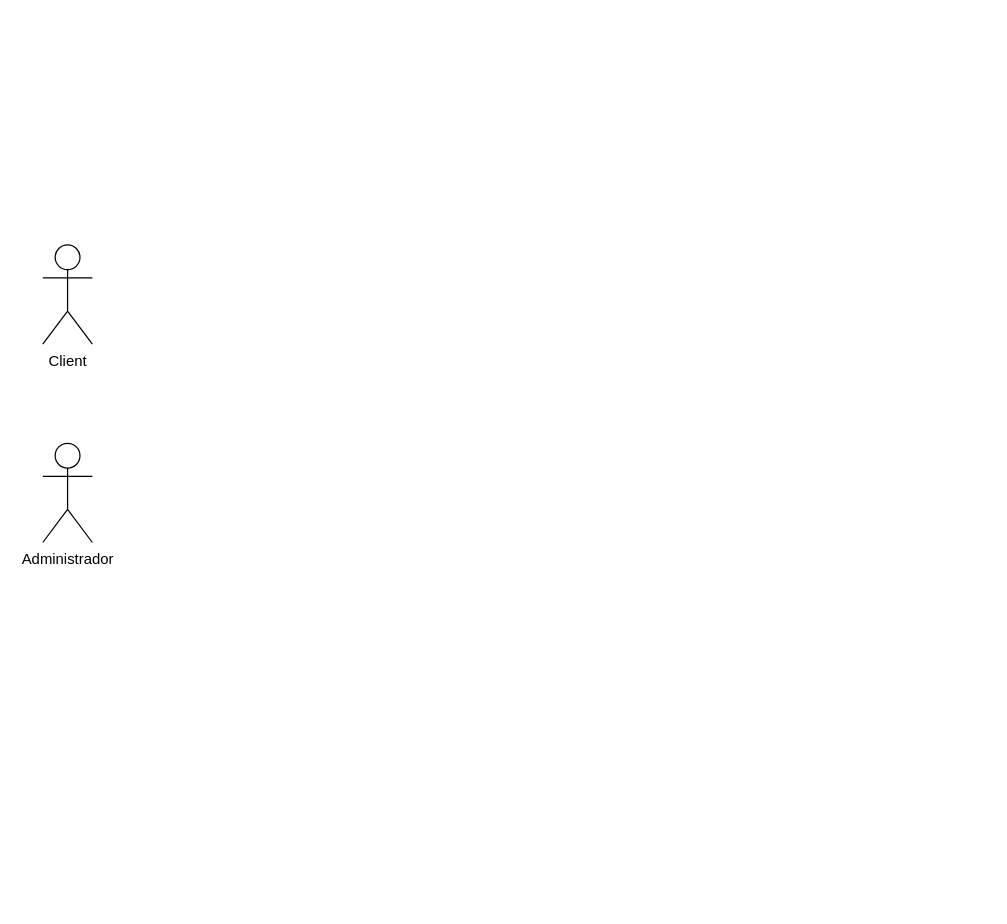
Above: Diagramas/Casos_XaJo.drawio in joam6/Sailing_XaJo (draw.io), before the change. Source tidied: cells renumbered, new cells numbered last; positions are measured from the earlier drawing's top-left corner, leaving out a move shared by most shapes. Both pictures are drawn from the tidied source at 124%, with x=0, y=0 at pixel (42, 244).
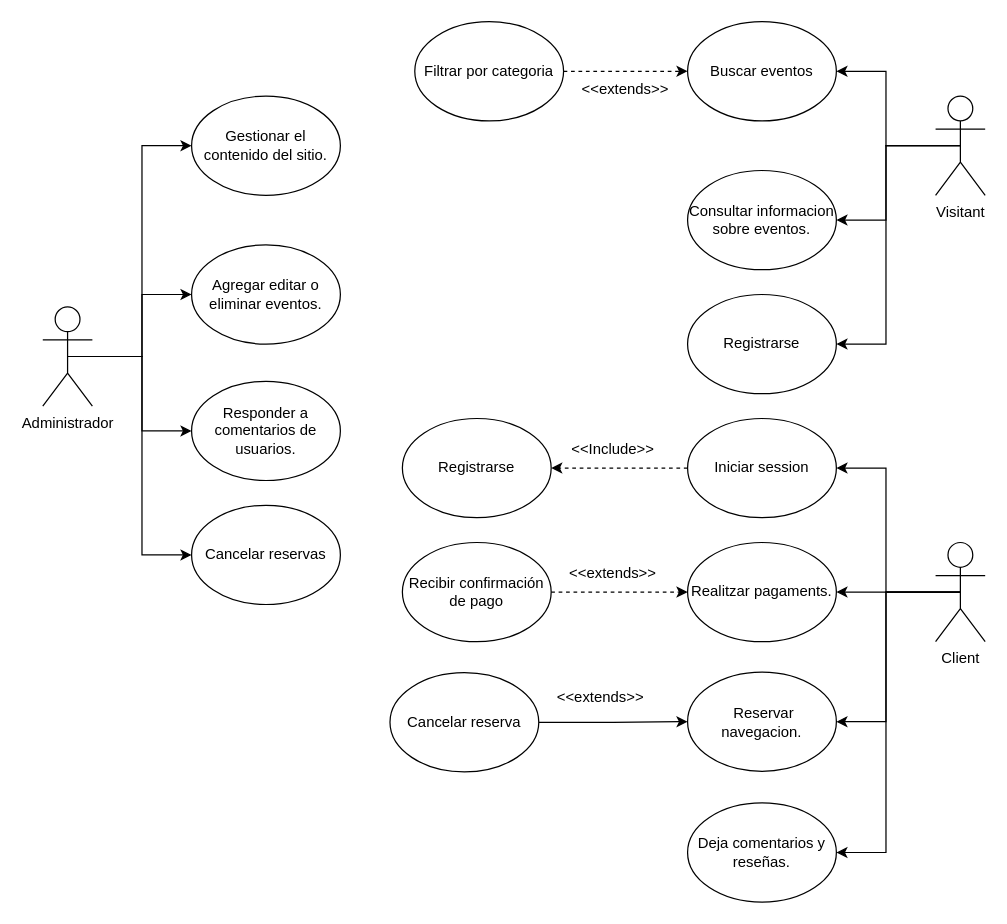
The same diagram, later.

Diff of the diagram source:
```diff
@@
+    <mxCell id="4" style="edgeStyle=orthogonalEdgeStyle;rounded=0;jettySize=auto;html=1;exitX=0.5;exitY=0.5;exitDx=0;exitDy=0;exitPerimeter=0;entryX=0;entryY=0.5;entryDx=0;entryDy=0;" parent="1" edge="1" source="2" target="21">
+      <mxGeometry relative="1" as="geometry" />
+    </mxCell>
+    <mxCell id="5" style="edgeStyle=orthogonalEdgeStyle;rounded=0;jettySize=auto;html=1;exitX=0.5;exitY=0.5;exitDx=0;exitDy=0;exitPerimeter=0;entryX=0;entryY=0.5;entryDx=0;entryDy=0;" parent="1" edge="1" source="2" target="22">
+      <mxGeometry relative="1" as="geometry" />
+    </mxCell>
+    <mxCell id="6" style="edgeStyle=orthogonalEdgeStyle;rounded=0;jettySize=auto;html=1;exitX=0.5;exitY=0.5;exitDx=0;exitDy=0;exitPerimeter=0;entryX=0;entryY=0.5;entryDx=0;entryDy=0;" parent="1" edge="1" source="2" target="23">
+      <mxGeometry relative="1" as="geometry" />
+    </mxCell>
+    <mxCell id="7" style="edgeStyle=orthogonalEdgeStyle;rounded=0;jettySize=auto;html=1;exitX=0.5;exitY=0.5;exitDx=0;exitDy=0;exitPerimeter=0;entryX=0;entryY=0.5;entryDx=0;entryDy=0;" parent="1" edge="1" source="2" target="38">
+      <mxGeometry relative="1" as="geometry" />
+    </mxCell>
     <mxCell id="2" value="Administrador" style="shape=umlActor;verticalLabelPosition=bottom;verticalAlign=top;html=1;outlineConnect=0;" parent="1" vertex="1">
-      <mxGeometry y="160" width="40" height="80" as="geometry" />
+      <mxGeometry y="50" width="40" height="80" as="geometry" />
     </mxCell>
+    <mxCell id="8" style="edgeStyle=orthogonalEdgeStyle;rounded=0;jettySize=auto;html=1;exitX=0.5;exitY=0.5;exitDx=0;exitDy=0;exitPerimeter=0;entryX=1;entryY=0.5;entryDx=0;entryDy=0;" parent="1" edge="1" source="3" target="19">
+      <mxGeometry relative="1" as="geometry" />
+    </mxCell>
+    <mxCell id="9" style="edgeStyle=orthogonalEdgeStyle;rounded=0;jettySize=auto;html=1;exitX=0.5;exitY=0.5;exitDx=0;exitDy=0;exitPerimeter=0;entryX=1;entryY=0.5;entryDx=0;entryDy=0;" parent="1" edge="1" source="3" target="20">
+      <mxGeometry relative="1" as="geometry" />
+    </mxCell>
+    <mxCell id="10" style="edgeStyle=orthogonalEdgeStyle;rounded=0;jettySize=auto;html=1;exitX=0.5;exitY=0.5;exitDx=0;exitDy=0;exitPerimeter=0;entryX=1;entryY=0.5;entryDx=0;entryDy=0;" parent="1" edge="1" source="3" target="28">
+      <mxGeometry relative="1" as="geometry" />
+    </mxCell>
+    <mxCell id="11" style="edgeStyle=orthogonalEdgeStyle;rounded=0;jettySize=auto;html=1;exitX=0.5;exitY=0.5;exitDx=0;exitDy=0;exitPerimeter=0;entryX=1;entryY=0.5;entryDx=0;entryDy=0;" parent="1" edge="1" source="3" target="34">
+      <mxGeometry relative="1" as="geometry" />
+    </mxCell>
     <mxCell id="3" value="Client" style="shape=umlActor;verticalLabelPosition=bottom;verticalAlign=top;html=1;outlineConnect=0;" parent="1" vertex="1">
-      <mxGeometry width="40" height="80" as="geometry" />
+      <mxGeometry x="720" y="240" width="40" height="80" as="geometry" />
     </mxCell>
+    <mxCell id="12" style="edgeStyle=orthogonalEdgeStyle;rounded=0;jettySize=auto;html=1;exitX=0.5;exitY=0.5;exitDx=0;exitDy=0;exitPerimeter=0;entryX=1;entryY=0.5;entryDx=0;entryDy=0;" parent="1" edge="1" source="15" target="17">
+      <mxGeometry relative="1" as="geometry" />
+    </mxCell>
+    <mxCell id="13" style="edgeStyle=orthogonalEdgeStyle;rounded=0;jettySize=auto;html=1;exitX=0.5;exitY=0.5;exitDx=0;exitDy=0;exitPerimeter=0;entryX=1;entryY=0.5;entryDx=0;entryDy=0;" parent="1" edge="1" source="15" target="16">
+      <mxGeometry relative="1" as="geometry" />
+    </mxCell>
+    <mxCell id="14" style="edgeStyle=orthogonalEdgeStyle;rounded=0;jettySize=auto;html=1;exitX=0.5;exitY=0.5;exitDx=0;exitDy=0;exitPerimeter=0;entryX=1;entryY=0.5;entryDx=0;entryDy=0;" parent="1" edge="1" source="15" target="31">
+      <mxGeometry relative="1" as="geometry" />
+    </mxCell>
+    <mxCell id="15" value="Visitant" style="shape=umlActor;verticalLabelPosition=bottom;verticalAlign=top;html=1;outlineConnect=0;" parent="1" vertex="1">
+      <mxGeometry x="720" y="-120" width="40" height="80" as="geometry" />
+    </mxCell>
+    <mxCell id="16" value="Buscar eventos" style="ellipse;whiteSpace=wrap;html=1;" parent="1" vertex="1">
+      <mxGeometry x="520" y="-180" width="120" height="80" as="geometry" />
+    </mxCell>
+    <mxCell id="17" value="Consultar informacion sobre eventos." style="ellipse;whiteSpace=wrap;html=1;" parent="1" vertex="1">
+      <mxGeometry x="520" y="-60" width="120" height="80" as="geometry" />
+    </mxCell>
+    <mxCell id="18" style="edgeStyle=orthogonalEdgeStyle;rounded=0;jettySize=auto;html=1;exitX=0;exitY=0.5;exitDx=0;exitDy=0;entryX=1;entryY=0.5;entryDx=0;entryDy=0;dashed=1;" parent="1" edge="1" source="19" target="32">
+      <mxGeometry relative="1" as="geometry" />
+    </mxCell>
+    <mxCell id="19" value="Iniciar session" style="ellipse;whiteSpace=wrap;html=1;" parent="1" vertex="1">
+      <mxGeometry x="520" y="140" width="120" height="80" as="geometry" />
+    </mxCell>
+    <mxCell id="20" value="Realitzar pagaments." style="ellipse;whiteSpace=wrap;html=1;" parent="1" vertex="1">
+      <mxGeometry x="520" y="240" width="120" height="80" as="geometry" />
+    </mxCell>
+    <mxCell id="21" value="Gestionar el contenido del sitio." style="ellipse;whiteSpace=wrap;html=1;" parent="1" vertex="1">
+      <mxGeometry x="120" y="-120" width="120" height="80" as="geometry" />
+    </mxCell>
+    <mxCell id="22" value="Agregar editar o eliminar eventos." style="ellipse;whiteSpace=wrap;html=1;" parent="1" vertex="1">
+      <mxGeometry x="120" width="120" height="80" as="geometry" />
+    </mxCell>
+    <mxCell id="23" value="Responder a comentarios de usuarios." style="ellipse;whiteSpace=wrap;html=1;" parent="1" vertex="1">
+      <mxGeometry x="120" y="110" width="120" height="80" as="geometry" />
+    </mxCell>
+    <mxCell id="24" style="edgeStyle=orthogonalEdgeStyle;rounded=0;jettySize=auto;html=1;exitX=1;exitY=0.5;exitDx=0;exitDy=0;entryX=0;entryY=0.5;entryDx=0;entryDy=0;dashed=1;" parent="1" edge="1" source="25" target="16">
+      <mxGeometry relative="1" as="geometry" />
+    </mxCell>
+    <mxCell id="25" value="Filtrar por categoria" style="ellipse;whiteSpace=wrap;html=1;" parent="1" vertex="1">
+      <mxGeometry x="300" y="-180" width="120" height="80" as="geometry" />
+    </mxCell>
+    <mxCell id="26" style="edgeStyle=orthogonalEdgeStyle;rounded=0;jettySize=auto;html=1;dashed=1;" parent="1" edge="1" source="27" target="20">
+      <mxGeometry relative="1" as="geometry" />
+    </mxCell>
+    <mxCell id="27" value="Recibir confirmación de pago" style="ellipse;whiteSpace=wrap;html=1;" parent="1" vertex="1">
+      <mxGeometry x="290" y="240" width="120" height="80" as="geometry" />
+    </mxCell>
+    <mxCell id="28" value="Deja comentarios y reseñas." style="ellipse;whiteSpace=wrap;html=1;" parent="1" vertex="1">
+      <mxGeometry x="520" y="450" width="120" height="80" as="geometry" />
+    </mxCell>
+    <mxCell id="29" value="&amp;lt;&amp;lt;extends&amp;gt;&amp;gt;" style="text;html=1;align=center;verticalAlign=middle;whiteSpace=wrap;rounded=0;" parent="1" vertex="1">
+      <mxGeometry x="440" y="-140" width="60" height="30" as="geometry" />
+    </mxCell>
+    <mxCell id="30" value="&amp;lt;&amp;lt;extends&amp;gt;&amp;gt;" style="text;html=1;align=center;verticalAlign=middle;whiteSpace=wrap;rounded=0;" parent="1" vertex="1">
+      <mxGeometry x="430" y="250" width="60" height="30" as="geometry" />
+    </mxCell>
+    <mxCell id="31" value="Registrarse" style="ellipse;whiteSpace=wrap;html=1;" parent="1" vertex="1">
+      <mxGeometry x="520" y="40" width="120" height="80" as="geometry" />
+    </mxCell>
+    <mxCell id="32" value="Registrarse" style="ellipse;whiteSpace=wrap;html=1;" parent="1" vertex="1">
+      <mxGeometry x="290" y="140" width="120" height="80" as="geometry" />
+    </mxCell>
+    <mxCell id="33" value="&amp;lt;&amp;lt;Include&amp;gt;&amp;gt;" style="text;html=1;align=center;verticalAlign=middle;whiteSpace=wrap;rounded=0;" parent="1" vertex="1">
+      <mxGeometry x="430" y="150" width="60" height="30" as="geometry" />
+    </mxCell>
+    <mxCell id="34" value="&amp;nbsp;Reservar navegacion." style="ellipse;whiteSpace=wrap;html=1;" parent="1" vertex="1">
+      <mxGeometry x="520" y="344.5" width="120" height="80" as="geometry" />
+    </mxCell>
+    <mxCell id="35" style="edgeStyle=orthogonalEdgeStyle;rounded=0;jettySize=auto;html=1;exitX=1;exitY=0.5;exitDx=0;exitDy=0;entryX=0;entryY=0.5;entryDx=0;entryDy=0;" parent="1" edge="1" source="36" target="34">
+      <mxGeometry relative="1" as="geometry" />
+    </mxCell>
+    <mxCell id="36" value="Cancelar reserva" style="ellipse;whiteSpace=wrap;html=1;" parent="1" vertex="1">
+      <mxGeometry x="280" y="345" width="120" height="80" as="geometry" />
+    </mxCell>
+    <mxCell id="37" value="&amp;lt;&amp;lt;extends&amp;gt;&amp;gt;" style="text;html=1;align=center;verticalAlign=middle;whiteSpace=wrap;rounded=0;" parent="1" vertex="1">
+      <mxGeometry x="420" y="350" width="60" height="30" as="geometry" />
+    </mxCell>
+    <mxCell id="38" value="Cancelar reservas" style="ellipse;whiteSpace=wrap;html=1;" parent="1" vertex="1">
+      <mxGeometry x="120" y="210" width="120" height="80" as="geometry" />
+    </mxCell>
```
